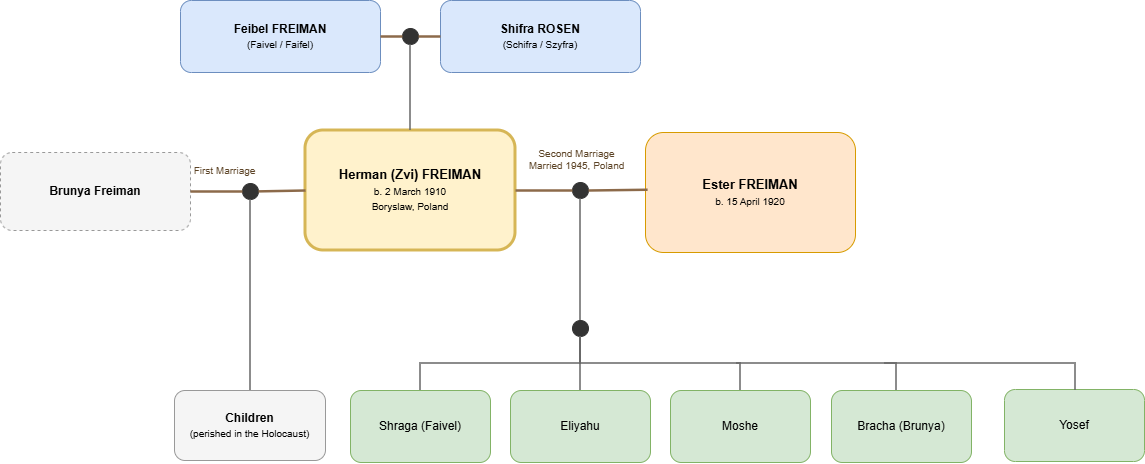
Above: public/photos/Freiman_family_tree.drawio.png in sfsharon/herman-freiman (draw.io), before the change. Source tidied: cells renumbered, new cells last; positions are measured from the earlier drawing's top-left corner, leaving out a move shared by most shapes. The source it was exported from:
```xml
<mxGraphModel>
  <root>
    <mxCell id="0" />
    <mxCell id="1" parent="0" />
    <mxCell id="2" value="&lt;b&gt;Feibel FREIMAN&lt;/b&gt;&lt;br&gt;&lt;font style='font-size:10px'&gt;(Faivel / Faifel)&lt;/font&gt;" style="rounded=1;whiteSpace=wrap;html=1;fillColor=#DAE8FC;strokeColor=#6C8EBF;fontSize=12;align=center;verticalAlign=middle;" parent="1" vertex="1">
      <mxGeometry x="180" width="200" height="72" as="geometry" />
    </mxCell>
    <mxCell id="3" value="&lt;b&gt;Shifra ROSEN&lt;/b&gt;&lt;br&gt;&lt;font style='font-size:10px'&gt;(Schifra / Szyfra)&lt;/font&gt;" style="rounded=1;whiteSpace=wrap;html=1;fillColor=#DAE8FC;strokeColor=#6C8EBF;fontSize=12;align=center;verticalAlign=middle;" parent="1" vertex="1">
      <mxGeometry x="440" width="200" height="72" as="geometry" />
    </mxCell>
    <mxCell id="4" style="ellipse;whiteSpace=wrap;html=1;fillColor=#333333;strokeColor=#333333;" parent="1" vertex="1">
      <mxGeometry x="402" y="28" width="16" height="16" as="geometry" />
    </mxCell>
    <mxCell id="5" value="&lt;b&gt;Brunya Freiman&lt;/b&gt;" style="rounded=1;whiteSpace=wrap;html=1;dashed=1;fillColor=#F5F5F5;strokeColor=#999999;fontSize=12;align=center;verticalAlign=middle;" parent="1" vertex="1">
      <mxGeometry y="152" width="190" height="78" as="geometry" />
    </mxCell>
    <mxCell id="6" value="&lt;b&gt;Herman (Zvi) FREIMAN&lt;/b&gt;&lt;br&gt;&lt;font style=&quot;font-size:10px&quot;&gt;b. 2 March 1910&lt;br&gt;Boryslaw, Poland&lt;/font&gt;" style="rounded=1;whiteSpace=wrap;html=1;fillColor=#FFF2CC;strokeColor=#D6B656;strokeWidth=3;fontSize=13;align=center;verticalAlign=middle;" parent="1" vertex="1">
      <mxGeometry x="305" y="130" width="210" height="120" as="geometry" />
    </mxCell>
    <mxCell id="7" value="&lt;b&gt;Ester FREIMAN&lt;/b&gt;&lt;br&gt;&lt;font style='font-size:10px'&gt;b. 15 April 1920&lt;/font&gt;" style="rounded=1;whiteSpace=wrap;html=1;fillColor=#FFE6CC;strokeColor=#D79B00;fontSize=13;align=center;verticalAlign=middle;" parent="1" vertex="1">
      <mxGeometry x="645" y="132" width="210" height="120" as="geometry" />
    </mxCell>
    <mxCell id="8" style="ellipse;whiteSpace=wrap;html=1;fillColor=#333333;strokeColor=#333333;" parent="1" vertex="1">
      <mxGeometry x="242" y="183" width="16" height="16" as="geometry" />
    </mxCell>
    <mxCell id="9" style="ellipse;whiteSpace=wrap;html=1;fillColor=#333333;strokeColor=#333333;" parent="1" vertex="1">
      <mxGeometry x="572" y="182" width="16" height="16" as="geometry" />
    </mxCell>
    <mxCell id="10" value="&lt;b&gt;Children&lt;/b&gt;&lt;br&gt;&lt;font style='font-size:10px'&gt;(perished in the Holocaust)&lt;/font&gt;" style="rounded=1;whiteSpace=wrap;html=1;fillColor=#F5F5F5;strokeColor=#999999;fontSize=12;align=center;verticalAlign=middle;" parent="1" vertex="1">
      <mxGeometry x="174" y="390" width="151" height="70" as="geometry" />
    </mxCell>
    <mxCell id="11" style="ellipse;whiteSpace=wrap;html=1;fillColor=#333333;strokeColor=#333333;" parent="1" vertex="1">
      <mxGeometry x="572" y="320" width="16" height="16" as="geometry" />
    </mxCell>
    <mxCell id="12" value="Shraga (Faivel)" style="rounded=1;whiteSpace=wrap;html=1;fillColor=#D5E8D4;strokeColor=#82B366;fontSize=12;align=center;verticalAlign=middle;" parent="1" vertex="1">
      <mxGeometry x="350" y="390" width="140" height="72" as="geometry" />
    </mxCell>
    <mxCell id="13" value="Eliyahu" style="rounded=1;whiteSpace=wrap;html=1;fillColor=#D5E8D4;strokeColor=#82B366;fontSize=12;align=center;verticalAlign=middle;" parent="1" vertex="1">
      <mxGeometry x="510" y="390" width="140" height="72" as="geometry" />
    </mxCell>
    <mxCell id="14" value="Moshe" style="rounded=1;whiteSpace=wrap;html=1;fillColor=#D5E8D4;strokeColor=#82B366;fontSize=12;align=center;verticalAlign=middle;" parent="1" vertex="1">
      <mxGeometry x="670" y="390" width="140" height="72" as="geometry" />
    </mxCell>
    <mxCell id="15" style="html=1;endArrow=none;startArrow=none;strokeColor=#8C6A4A;strokeWidth=2.5;exitX=1;exitY=0.5;exitDx=0;exitDy=0;" parent="1" edge="1" source="2" target="4">
      <mxGeometry relative="1" as="geometry" />
    </mxCell>
    <mxCell id="16" style="html=1;endArrow=none;startArrow=none;strokeColor=#8C6A4A;strokeWidth=2.5;entryX=0;entryY=0.5;entryDx=0;entryDy=0;" parent="1" edge="1" source="4" target="3">
      <mxGeometry relative="1" as="geometry" />
    </mxCell>
    <mxCell id="17" style="html=1;endArrow=none;startArrow=none;edgeStyle=orthogonalEdgeStyle;rounded=0;strokeColor=#666666;strokeWidth=1.5;exitX=0.5;exitY=1;entryX=0.5;entryY=0;" parent="1" edge="1" source="4" target="6">
      <mxGeometry relative="1" as="geometry" />
    </mxCell>
    <mxCell id="18" style="html=1;endArrow=none;startArrow=none;strokeColor=#8C6A4A;strokeWidth=2.5;exitX=1;exitY=0.5;" parent="1" edge="1" source="5" target="8">
      <mxGeometry relative="1" as="geometry" />
    </mxCell>
    <mxCell id="19" style="html=1;endArrow=none;startArrow=none;strokeColor=#8C6A4A;strokeWidth=2.5;fontSize=11;fontColor=#5C4326;fontStyle=1;entryX=0;entryY=0.5;" parent="1" edge="1" source="8" target="6">
      <mxGeometry relative="1" as="geometry" />
    </mxCell>
    <mxCell id="20" style="html=1;endArrow=none;startArrow=none;strokeColor=#8C6A4A;strokeWidth=2.5;fontSize=11;fontColor=#5C4326;fontStyle=1;exitX=1;exitY=0.5;exitDx=0;exitDy=0;entryX=0;entryY=0.5;entryDx=0;entryDy=0;" parent="1" edge="1" source="6" target="9">
      <mxGeometry relative="1" as="geometry" />
    </mxCell>
    <mxCell id="21" value="Second Marriage&lt;div&gt;Married 1945, Poland&lt;/div&gt;" style="html=1;endArrow=none;startArrow=none;strokeColor=#8C6A4A;strokeWidth=2.5;fontSize=10;fontColor=#5C4326;entryX=0;entryY=0.5;" parent="1" edge="1">
      <mxGeometry relative="1" as="geometry">
        <mxPoint x="548" y="159.8" as="sourcePoint" />
        <mxPoint x="605" y="158" as="targetPoint" />
      </mxGeometry>
    </mxCell>
    <mxCell id="22" style="html=1;endArrow=none;startArrow=none;edgeStyle=orthogonalEdgeStyle;rounded=0;strokeColor=#666666;strokeWidth=1.5;exitX=0.5;exitY=1;entryX=0.5;entryY=0;entryDx=0;entryDy=0;" parent="1" edge="1" source="8" target="10">
      <mxGeometry relative="1" as="geometry">
        <Array as="points">
          <mxPoint x="250" y="390" />
        </Array>
      </mxGeometry>
    </mxCell>
    <mxCell id="23" style="html=1;endArrow=none;startArrow=none;edgeStyle=orthogonalEdgeStyle;rounded=0;strokeColor=#666666;strokeWidth=1.5;exitX=0.5;exitY=1;entryX=0.5;entryY=0;" parent="1" edge="1" source="9" target="11">
      <mxGeometry relative="1" as="geometry" />
    </mxCell>
    <mxCell id="24" style="html=1;endArrow=none;startArrow=none;edgeStyle=orthogonalEdgeStyle;rounded=0;strokeColor=#666666;strokeWidth=1.5;exitX=0.5;exitY=1;entryX=0.5;entryY=0;" parent="1" edge="1" source="11" target="12">
      <mxGeometry relative="1" as="geometry" />
    </mxCell>
    <mxCell id="25" style="html=1;endArrow=none;startArrow=none;edgeStyle=orthogonalEdgeStyle;rounded=0;strokeColor=#666666;strokeWidth=1.5;exitX=0.5;exitY=1;entryX=0.5;entryY=0;" parent="1" edge="1" source="11" target="13">
      <mxGeometry relative="1" as="geometry" />
    </mxCell>
    <mxCell id="26" style="html=1;endArrow=none;startArrow=none;edgeStyle=orthogonalEdgeStyle;rounded=0;strokeColor=#666666;strokeWidth=1.5;exitX=0.5;exitY=1;entryX=0.5;entryY=0;" parent="1" edge="1" source="11" target="14">
      <mxGeometry relative="1" as="geometry" />
    </mxCell>
    <mxCell id="27" value="First Marriage" style="html=1;endArrow=none;startArrow=none;strokeColor=#8C6A4A;strokeWidth=2.5;fontSize=10;fontColor=#5C4326;entryX=0.01;entryY=0.477;entryDx=0;entryDy=0;entryPerimeter=0;exitX=1;exitY=0.5;exitDx=0;exitDy=0;" parent="1" edge="1" source="9" target="7">
      <mxGeometry x="-1" y="359" relative="1" as="geometry">
        <mxPoint x="-359" y="339" as="offset" />
      </mxGeometry>
    </mxCell>
    <mxCell id="28" value="Bracha (Brunya)" style="rounded=1;whiteSpace=wrap;html=1;fillColor=#D5E8D4;strokeColor=#82B366;fontSize=12;align=center;verticalAlign=middle;" parent="1" vertex="1">
      <mxGeometry x="831" y="390" width="140" height="72" as="geometry" />
    </mxCell>
    <mxCell id="29" value="Yosef" style="rounded=1;whiteSpace=wrap;html=1;fillColor=#D5E8D4;strokeColor=#82B366;fontSize=12;align=center;verticalAlign=middle;" parent="1" vertex="1">
      <mxGeometry x="1004" y="389" width="140" height="72" as="geometry" />
    </mxCell>
    <mxCell id="30" style="html=1;endArrow=none;startArrow=none;edgeStyle=orthogonalEdgeStyle;rounded=0;strokeColor=#666666;strokeWidth=1.5;exitX=0.5;exitY=1;" parent="1" edge="1">
      <mxGeometry relative="1" as="geometry">
        <mxPoint x="736" y="363" as="sourcePoint" />
        <mxPoint x="896" y="390" as="targetPoint" />
      </mxGeometry>
    </mxCell>
    <mxCell id="31" style="html=1;endArrow=none;startArrow=none;edgeStyle=orthogonalEdgeStyle;rounded=0;strokeColor=#666666;strokeWidth=1.5;" parent="1" edge="1">
      <mxGeometry relative="1" as="geometry">
        <mxPoint x="884" y="363" as="sourcePoint" />
        <mxPoint x="1075" y="390" as="targetPoint" />
      </mxGeometry>
    </mxCell>
  </root>
</mxGraphModel>
```
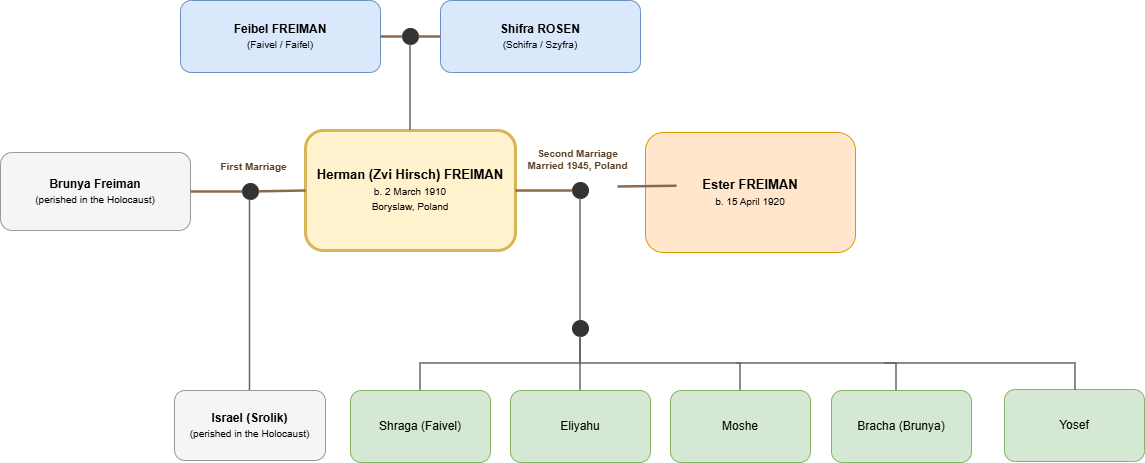
Later version of the same file.

Commit message:
Add Israel (Srolik) as the son of Brunya in the Family Tree diagram

Diff of the diagram source:
```diff
@@ -11,10 +11,10 @@
     <mxCell id="4" style="ellipse;whiteSpace=wrap;html=1;fillColor=#333333;strokeColor=#333333;" parent="1" vertex="1">
       <mxGeometry x="402" y="28" width="16" height="16" as="geometry" />
     </mxCell>
-    <mxCell id="5" value="&lt;b&gt;Brunya Freiman&lt;/b&gt;" style="rounded=1;whiteSpace=wrap;html=1;dashed=1;fillColor=#F5F5F5;strokeColor=#999999;fontSize=12;align=center;verticalAlign=middle;" parent="1" vertex="1">
+    <mxCell id="5" value="&lt;b&gt;Brunya Freiman&lt;/b&gt;&lt;div&gt;&lt;span style=&quot;font-size: 10px;&quot;&gt;(perished in the Holocaust)&lt;/span&gt;&lt;b&gt;&lt;/b&gt;&lt;/div&gt;" style="rounded=1;whiteSpace=wrap;html=1;fillColor=#F5F5F5;strokeColor=#999999;fontSize=12;align=center;verticalAlign=middle;" parent="1" vertex="1">
       <mxGeometry y="152" width="190" height="78" as="geometry" />
     </mxCell>
-    <mxCell id="6" value="&lt;b&gt;Herman (Zvi) FREIMAN&lt;/b&gt;&lt;br&gt;&lt;font style=&quot;font-size:10px&quot;&gt;b. 2 March 1910&lt;br&gt;Boryslaw, Poland&lt;/font&gt;" style="rounded=1;whiteSpace=wrap;html=1;fillColor=#FFF2CC;strokeColor=#D6B656;strokeWidth=3;fontSize=13;align=center;verticalAlign=middle;" parent="1" vertex="1">
+    <mxCell id="6" value="&lt;b&gt;Herman (Zvi Hirsch) FREIMAN&lt;/b&gt;&lt;br&gt;&lt;font style=&quot;font-size:10px&quot;&gt;b. 2 March 1910&lt;br&gt;Boryslaw, Poland&lt;/font&gt;" style="rounded=1;whiteSpace=wrap;html=1;fillColor=#FFF2CC;strokeColor=#D6B656;strokeWidth=3;fontSize=13;align=center;verticalAlign=middle;" parent="1" vertex="1">
       <mxGeometry x="305" y="130" width="210" height="120" as="geometry" />
     </mxCell>
     <mxCell id="7" value="&lt;b&gt;Ester FREIMAN&lt;/b&gt;&lt;br&gt;&lt;font style='font-size:10px'&gt;b. 15 April 1920&lt;/font&gt;" style="rounded=1;whiteSpace=wrap;html=1;fillColor=#FFE6CC;strokeColor=#D79B00;fontSize=13;align=center;verticalAlign=middle;" parent="1" vertex="1">
@@ -26,7 +26,7 @@
     <mxCell id="9" style="ellipse;whiteSpace=wrap;html=1;fillColor=#333333;strokeColor=#333333;" parent="1" vertex="1">
       <mxGeometry x="572" y="182" width="16" height="16" as="geometry" />
     </mxCell>
-    <mxCell id="10" value="&lt;b&gt;Children&lt;/b&gt;&lt;br&gt;&lt;font style='font-size:10px'&gt;(perished in the Holocaust)&lt;/font&gt;" style="rounded=1;whiteSpace=wrap;html=1;fillColor=#F5F5F5;strokeColor=#999999;fontSize=12;align=center;verticalAlign=middle;" parent="1" vertex="1">
+    <mxCell id="10" value="&lt;b&gt;Israel (Srolik)&lt;/b&gt;&lt;br&gt;&lt;font style=&quot;font-size:10px&quot;&gt;(perished in the Holocaust)&lt;/font&gt;" style="rounded=1;whiteSpace=wrap;html=1;fillColor=#F5F5F5;strokeColor=#999999;fontSize=12;align=center;verticalAlign=middle;" parent="1" vertex="1">
       <mxGeometry x="174" y="390" width="151" height="70" as="geometry" />
     </mxCell>
     <mxCell id="11" style="ellipse;whiteSpace=wrap;html=1;fillColor=#333333;strokeColor=#333333;" parent="1" vertex="1">
@@ -59,7 +59,7 @@
     <mxCell id="20" style="html=1;endArrow=none;startArrow=none;strokeColor=#8C6A4A;strokeWidth=2.5;fontSize=11;fontColor=#5C4326;fontStyle=1;exitX=1;exitY=0.5;exitDx=0;exitDy=0;entryX=0;entryY=0.5;entryDx=0;entryDy=0;" parent="1" edge="1" source="6" target="9">
       <mxGeometry relative="1" as="geometry" />
     </mxCell>
-    <mxCell id="21" value="Second Marriage&lt;div&gt;Married 1945, Poland&lt;/div&gt;" style="html=1;endArrow=none;startArrow=none;strokeColor=#8C6A4A;strokeWidth=2.5;fontSize=10;fontColor=#5C4326;entryX=0;entryY=0.5;" parent="1" edge="1">
+    <mxCell id="21" value="Second Marriage&lt;div&gt;Married 1945, Poland&lt;/div&gt;" style="html=1;endArrow=none;startArrow=none;strokeColor=#8C6A4A;strokeWidth=2.5;fontSize=10;fontColor=#5C4326;entryX=0;entryY=0.5;fontStyle=1;" parent="1" edge="1">
       <mxGeometry relative="1" as="geometry">
         <mxPoint x="548" y="159.8" as="sourcePoint" />
         <mxPoint x="605" y="158" as="targetPoint" />
@@ -84,8 +84,10 @@
     <mxCell id="26" style="html=1;endArrow=none;startArrow=none;edgeStyle=orthogonalEdgeStyle;rounded=0;strokeColor=#666666;strokeWidth=1.5;exitX=0.5;exitY=1;entryX=0.5;entryY=0;" parent="1" edge="1" source="11" target="14">
       <mxGeometry relative="1" as="geometry" />
     </mxCell>
-    <mxCell id="27" value="First Marriage" style="html=1;endArrow=none;startArrow=none;strokeColor=#8C6A4A;strokeWidth=2.5;fontSize=10;fontColor=#5C4326;entryX=0.01;entryY=0.477;entryDx=0;entryDy=0;entryPerimeter=0;exitX=1;exitY=0.5;exitDx=0;exitDy=0;" parent="1" edge="1" source="9" target="7">
+    <mxCell id="27" value="First Marriage" style="html=1;endArrow=none;startArrow=none;strokeColor=#8C6A4A;strokeWidth=2.5;fontSize=10;fontColor=#5C4326;entryX=0.01;entryY=0.477;entryDx=0;entryDy=0;entryPerimeter=0;exitX=1;exitY=0.5;exitDx=0;exitDy=0;fontStyle=1;" parent="1" edge="1">
       <mxGeometry x="-1" y="359" relative="1" as="geometry">
+        <mxPoint x="617" y="186" as="sourcePoint" />
+        <mxPoint x="676.1" y="185.2" as="targetPoint" />
         <mxPoint x="-359" y="339" as="offset" />
       </mxGeometry>
     </mxCell>
```
